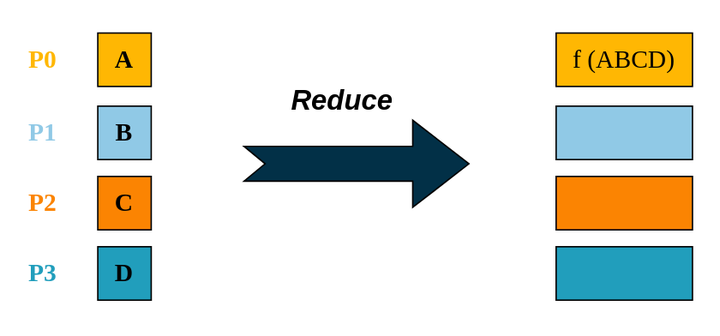
The draw.io diagram img/ch-mpi/reduce.svg in godaai/scale-py-zh, before a commit. Source tidied: cells renumbered, new cells last; positions are measured from the earlier drawing's top-left corner, leaving out a move shared by most shapes. The source it was exported from:
```xml
<mxGraphModel>
  <root>
    <mxCell id="0" />
    <mxCell id="1" parent="0" />
    <mxCell id="2" style="rounded=0;whiteSpace=wrap;html=1;strokeColor=none;fillColor=none;" parent="1" vertex="1">
      <mxGeometry x="9" width="503" height="239" as="geometry" />
    </mxCell>
    <mxCell id="3" value="&lt;font style=&quot;font-size: 18px;&quot; face=&quot;Times New Roman&quot;&gt;&lt;b&gt;A&lt;/b&gt;&lt;/font&gt;" style="whiteSpace=wrap;html=1;fillColor=#FFB703;" parent="1" vertex="1">
      <mxGeometry x="69" y="23" width="38" height="38" as="geometry" />
    </mxCell>
    <mxCell id="4" value="&lt;font face=&quot;Times New Roman&quot;&gt;&lt;span style=&quot;font-size: 18px;&quot;&gt;&lt;b&gt;B&lt;/b&gt;&lt;/span&gt;&lt;/font&gt;" style="whiteSpace=wrap;html=1;fillColor=#90C9E6;" parent="1" vertex="1">
      <mxGeometry x="69" y="75" width="38" height="38" as="geometry" />
    </mxCell>
    <mxCell id="5" value="&lt;font face=&quot;Times New Roman&quot;&gt;&lt;span style=&quot;font-size: 18px;&quot;&gt;&lt;b&gt;C&lt;/b&gt;&lt;/span&gt;&lt;/font&gt;" style="whiteSpace=wrap;html=1;fillColor=#FB8402;" parent="1" vertex="1">
      <mxGeometry x="69" y="125" width="38" height="38" as="geometry" />
    </mxCell>
    <mxCell id="6" value="&lt;font face=&quot;Times New Roman&quot;&gt;&lt;span style=&quot;font-size: 18px;&quot;&gt;&lt;b&gt;D&lt;/b&gt;&lt;/span&gt;&lt;/font&gt;" style="whiteSpace=wrap;html=1;fillColor=#219EBC;" parent="1" vertex="1">
      <mxGeometry x="69" y="175" width="38" height="38" as="geometry" />
    </mxCell>
    <mxCell id="7" value="&lt;font color=&quot;#ffb703&quot; style=&quot;font-size: 18px;&quot; face=&quot;Times New Roman&quot;&gt;&lt;b&gt;P0&lt;/b&gt;&lt;/font&gt;" style="text;html=1;strokeColor=none;fillColor=none;align=center;verticalAlign=middle;whiteSpace=wrap;rounded=0;" parent="1" vertex="1">
      <mxGeometry y="27" width="60" height="30" as="geometry" />
    </mxCell>
    <mxCell id="8" value="&lt;font color=&quot;#90c9e6&quot; style=&quot;font-size: 18px;&quot; face=&quot;Times New Roman&quot;&gt;&lt;b&gt;P1&lt;/b&gt;&lt;/font&gt;" style="text;html=1;strokeColor=none;fillColor=none;align=center;verticalAlign=middle;whiteSpace=wrap;rounded=0;" parent="1" vertex="1">
      <mxGeometry y="79" width="60" height="30" as="geometry" />
    </mxCell>
    <mxCell id="9" value="&lt;font color=&quot;#fb8402&quot; style=&quot;font-size: 18px;&quot; face=&quot;Times New Roman&quot;&gt;&lt;b&gt;P2&lt;/b&gt;&lt;/font&gt;" style="text;html=1;strokeColor=none;fillColor=none;align=center;verticalAlign=middle;whiteSpace=wrap;rounded=0;" parent="1" vertex="1">
      <mxGeometry y="129" width="60" height="30" as="geometry" />
    </mxCell>
    <mxCell id="10" value="&lt;font color=&quot;#219ebc&quot; style=&quot;font-size: 18px;&quot; face=&quot;Times New Roman&quot;&gt;&lt;b&gt;P3&lt;/b&gt;&lt;/font&gt;" style="text;html=1;strokeColor=none;fillColor=none;align=center;verticalAlign=middle;whiteSpace=wrap;rounded=0;" parent="1" vertex="1">
      <mxGeometry y="179" width="60" height="30" as="geometry" />
    </mxCell>
    <mxCell id="11" style="html=1;shadow=0;dashed=0;align=center;verticalAlign=middle;shape=mxgraph.arrows2.arrow;dy=0.6;dx=40;notch=15;fillColor=#023047;" parent="1" vertex="1">
      <mxGeometry x="173" y="85" width="160" height="62" as="geometry" />
    </mxCell>
    <mxCell id="12" value="&lt;font style=&quot;font-size: 20px;&quot;&gt;&lt;b style=&quot;&quot;&gt;&lt;i style=&quot;&quot;&gt;Reduce&lt;br&gt;&lt;/i&gt;&lt;/b&gt;&lt;/font&gt;" style="text;html=1;strokeColor=none;fillColor=none;align=center;verticalAlign=middle;whiteSpace=wrap;rounded=0;" parent="1" vertex="1">
      <mxGeometry x="176" y="55" width="134" height="30" as="geometry" />
    </mxCell>
    <mxCell id="13" value="&lt;font face=&quot;Times New Roman&quot; style=&quot;font-size: 18px;&quot;&gt;f (ABCD)&lt;/font&gt;" style="rounded=0;whiteSpace=wrap;html=1;fillColor=#FFB703;" parent="1" vertex="1">
      <mxGeometry x="395" y="23" width="97" height="38" as="geometry" />
    </mxCell>
    <mxCell id="14" style="rounded=0;whiteSpace=wrap;html=1;fillColor=#90C9E6;" parent="1" vertex="1">
      <mxGeometry x="395" y="75" width="97" height="38" as="geometry" />
    </mxCell>
    <mxCell id="15" style="rounded=0;whiteSpace=wrap;html=1;fillColor=#FB8402;" parent="1" vertex="1">
      <mxGeometry x="395" y="125" width="97" height="38" as="geometry" />
    </mxCell>
    <mxCell id="16" style="rounded=0;whiteSpace=wrap;html=1;fillColor=#219EBC;" parent="1" vertex="1">
      <mxGeometry x="395" y="175" width="97" height="38" as="geometry" />
    </mxCell>
  </root>
</mxGraphModel>
```
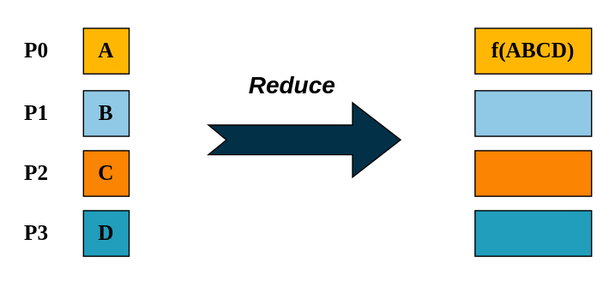
After the change.

The edit, as a diff of the source:
```diff
@@ -17,16 +17,16 @@
     <mxCell id="6" value="&lt;font face=&quot;Times New Roman&quot;&gt;&lt;span style=&quot;font-size: 18px;&quot;&gt;&lt;b&gt;D&lt;/b&gt;&lt;/span&gt;&lt;/font&gt;" style="whiteSpace=wrap;html=1;fillColor=#219EBC;" parent="1" vertex="1">
       <mxGeometry x="69" y="175" width="38" height="38" as="geometry" />
     </mxCell>
-    <mxCell id="7" value="&lt;font color=&quot;#ffb703&quot; style=&quot;font-size: 18px;&quot; face=&quot;Times New Roman&quot;&gt;&lt;b&gt;P0&lt;/b&gt;&lt;/font&gt;" style="text;html=1;strokeColor=none;fillColor=none;align=center;verticalAlign=middle;whiteSpace=wrap;rounded=0;" parent="1" vertex="1">
+    <mxCell id="7" value="&lt;font style=&quot;font-size: 18px;&quot; face=&quot;Times New Roman&quot;&gt;&lt;b&gt;P0&lt;/b&gt;&lt;/font&gt;" style="text;html=1;strokeColor=none;fillColor=none;align=center;verticalAlign=middle;whiteSpace=wrap;rounded=0;fontColor=#000000;" parent="1" vertex="1">
       <mxGeometry y="27" width="60" height="30" as="geometry" />
     </mxCell>
-    <mxCell id="8" value="&lt;font color=&quot;#90c9e6&quot; style=&quot;font-size: 18px;&quot; face=&quot;Times New Roman&quot;&gt;&lt;b&gt;P1&lt;/b&gt;&lt;/font&gt;" style="text;html=1;strokeColor=none;fillColor=none;align=center;verticalAlign=middle;whiteSpace=wrap;rounded=0;" parent="1" vertex="1">
+    <mxCell id="8" value="&lt;font style=&quot;font-size: 18px;&quot; face=&quot;Times New Roman&quot;&gt;&lt;b&gt;P1&lt;/b&gt;&lt;/font&gt;" style="text;html=1;strokeColor=none;fillColor=none;align=center;verticalAlign=middle;whiteSpace=wrap;rounded=0;fontColor=#000000;" parent="1" vertex="1">
       <mxGeometry y="79" width="60" height="30" as="geometry" />
     </mxCell>
-    <mxCell id="9" value="&lt;font color=&quot;#fb8402&quot; style=&quot;font-size: 18px;&quot; face=&quot;Times New Roman&quot;&gt;&lt;b&gt;P2&lt;/b&gt;&lt;/font&gt;" style="text;html=1;strokeColor=none;fillColor=none;align=center;verticalAlign=middle;whiteSpace=wrap;rounded=0;" parent="1" vertex="1">
+    <mxCell id="9" value="&lt;font style=&quot;font-size: 18px;&quot; face=&quot;Times New Roman&quot;&gt;&lt;b&gt;P2&lt;/b&gt;&lt;/font&gt;" style="text;html=1;strokeColor=none;fillColor=none;align=center;verticalAlign=middle;whiteSpace=wrap;rounded=0;fontColor=#000000;" parent="1" vertex="1">
       <mxGeometry y="129" width="60" height="30" as="geometry" />
     </mxCell>
-    <mxCell id="10" value="&lt;font color=&quot;#219ebc&quot; style=&quot;font-size: 18px;&quot; face=&quot;Times New Roman&quot;&gt;&lt;b&gt;P3&lt;/b&gt;&lt;/font&gt;" style="text;html=1;strokeColor=none;fillColor=none;align=center;verticalAlign=middle;whiteSpace=wrap;rounded=0;" parent="1" vertex="1">
+    <mxCell id="10" value="&lt;font style=&quot;font-size: 18px;&quot; face=&quot;Times New Roman&quot;&gt;&lt;b&gt;P3&lt;/b&gt;&lt;/font&gt;" style="text;html=1;strokeColor=none;fillColor=none;align=center;verticalAlign=middle;whiteSpace=wrap;rounded=0;fontColor=#000000;" parent="1" vertex="1">
       <mxGeometry y="179" width="60" height="30" as="geometry" />
     </mxCell>
     <mxCell id="11" style="html=1;shadow=0;dashed=0;align=center;verticalAlign=middle;shape=mxgraph.arrows2.arrow;dy=0.6;dx=40;notch=15;fillColor=#023047;" parent="1" vertex="1">
@@ -35,7 +35,7 @@
     <mxCell id="12" value="&lt;font style=&quot;font-size: 20px;&quot;&gt;&lt;b style=&quot;&quot;&gt;&lt;i style=&quot;&quot;&gt;Reduce&lt;br&gt;&lt;/i&gt;&lt;/b&gt;&lt;/font&gt;" style="text;html=1;strokeColor=none;fillColor=none;align=center;verticalAlign=middle;whiteSpace=wrap;rounded=0;" parent="1" vertex="1">
       <mxGeometry x="176" y="55" width="134" height="30" as="geometry" />
     </mxCell>
-    <mxCell id="13" value="&lt;font face=&quot;Times New Roman&quot; style=&quot;font-size: 18px;&quot;&gt;f (ABCD)&lt;/font&gt;" style="rounded=0;whiteSpace=wrap;html=1;fillColor=#FFB703;" parent="1" vertex="1">
+    <mxCell id="13" value="&lt;font face=&quot;Times New Roman&quot; style=&quot;font-size: 18px;&quot;&gt;&lt;b style=&quot;&quot;&gt;f(ABCD)&lt;/b&gt;&lt;/font&gt;" style="rounded=0;whiteSpace=wrap;html=1;fillColor=#FFB703;" parent="1" vertex="1">
       <mxGeometry x="395" y="23" width="97" height="38" as="geometry" />
     </mxCell>
     <mxCell id="14" style="rounded=0;whiteSpace=wrap;html=1;fillColor=#90C9E6;" parent="1" vertex="1">
```
